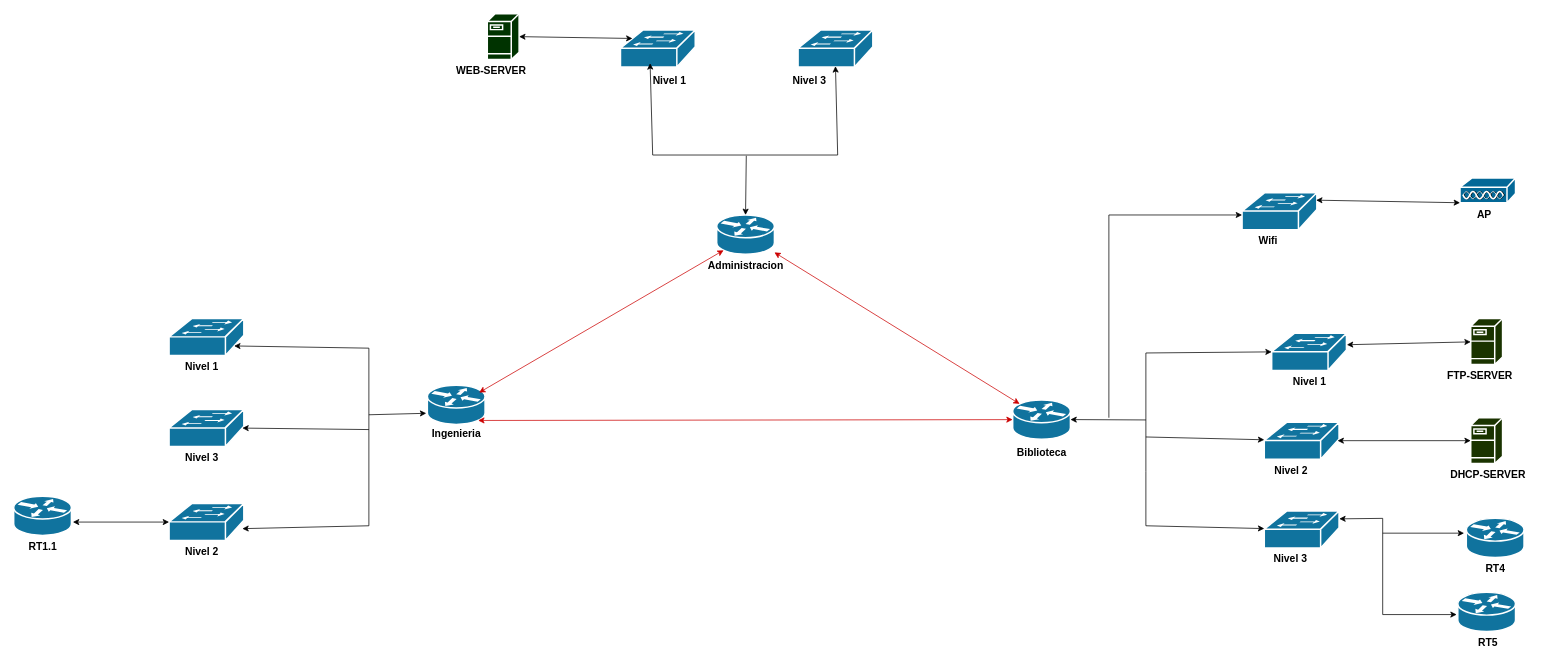
This is Diagrama sin título.drawio from jramose2/Redes, a draw.io file, before an edit. Source tidied: cells renumbered, new cells numbered last; positions are measured from the earlier drawing's top-left corner, leaving out a move shared by most shapes. Both pictures are drawn from the tidied source at 74%, with x=0, y=0 at pixel (13, 13).
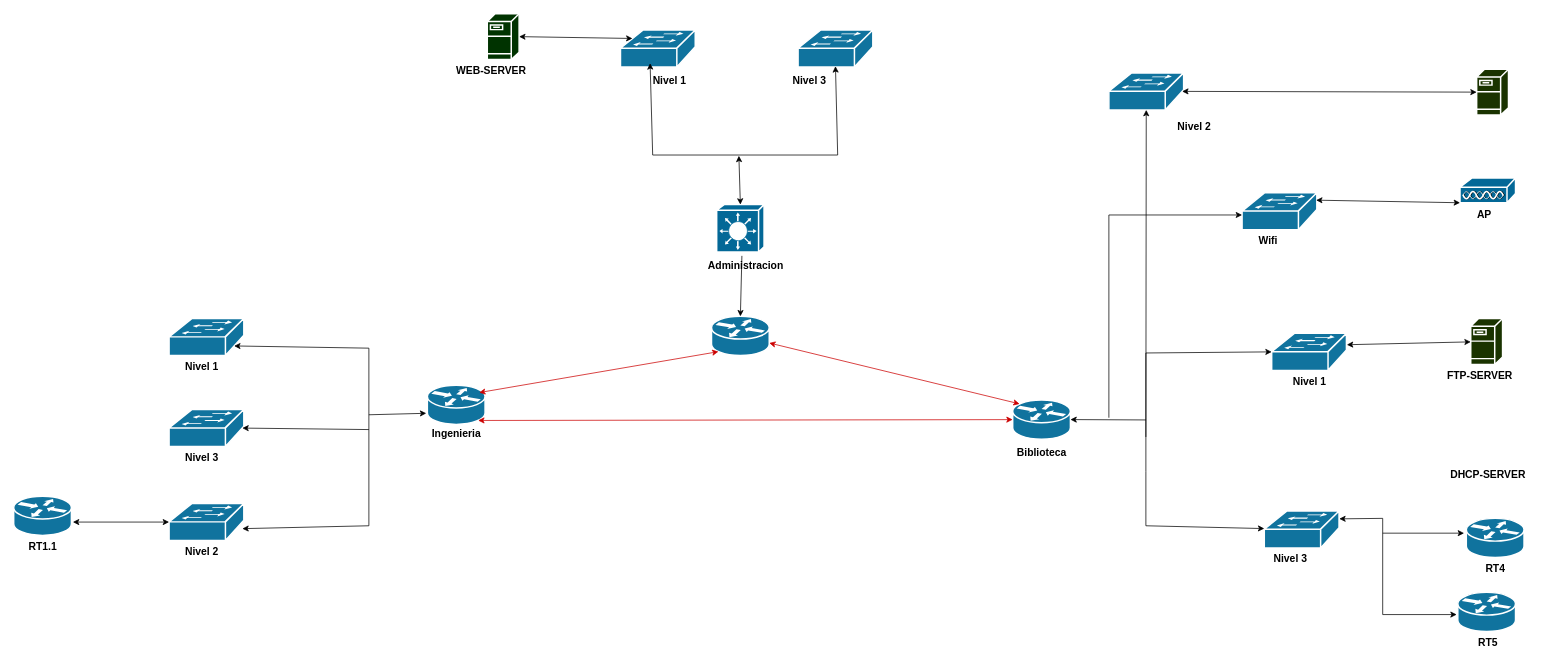
The same diagram, later.

The change refers to these unchanged cells:
```xml
<mxCell id="49" value="&lt;span style=&quot;font-size: 14px;&quot;&gt;&lt;b&gt;Administracion&lt;/b&gt;&lt;/span&gt;" style="text;html=1;align=center;verticalAlign=middle;points=[];strokeColor=none;fillColor=none;" parent="1" vertex="1">
  <mxGeometry x="924" y="325" width="130" height="30" as="geometry" />
</mxCell>
```

The edit, as a diff of the source:
```diff
@@
     <mxCell id="6" style="shape=mxgraph.cisco.routers.router;html=1;dashed=0;fillColor=#10739E;strokeColor=#ffffff;strokeWidth=2;verticalLabelPosition=bottom;verticalAlign=top;fontFamily=Helvetica;fontSize=36;fontColor=#FFB366;" parent="1" vertex="1">
-      <mxGeometry x="950" y="272" width="78" height="53" as="geometry" />
+      <mxGeometry x="943" y="409" width="78" height="53" as="geometry" />
     </mxCell>
@@
     <mxCell id="14" style="shape=mxgraph.cisco.switches.workgroup_switch;html=1;dashed=0;fillColor=#10739E;strokeColor=#ffffff;strokeWidth=2;verticalLabelPosition=bottom;verticalAlign=top;fontFamily=Helvetica;fontSize=36;fontColor=#FFB366;" parent="1" vertex="1">
-      <mxGeometry x="1690" y="552" width="101" height="50" as="geometry" />
+      <mxGeometry x="1480" y="80" width="101" height="50" as="geometry" />
     </mxCell>
@@
     <mxCell id="16" style="shape=mxgraph.cisco.servers.fileserver;sketch=0;html=1;dashed=0;fillColor=#1A3300;strokeColor=#ffffff;strokeWidth=2;verticalLabelPosition=bottom;verticalAlign=top;align=center;outlineConnect=0;" parent="1" vertex="1">
-      <mxGeometry x="1969" y="546" width="43" height="62" as="geometry" />
+      <mxGeometry x="1977" y="75" width="43" height="62" as="geometry" />
     </mxCell>
@@
-    <mxCell id="29" style="endArrow=classic;html=1;rounded=0;entryX=0.5;entryY=0;entryDx=0;entryDy=0;entryPerimeter=0;" parent="1" edge="1" target="6">
-      <mxGeometry relative="1" as="geometry">
-        <mxPoint x="990" y="192" as="sourcePoint" />
-      </mxGeometry>
-    </mxCell>
@@
     <mxCell id="48" value="&lt;font style=&quot;font-size: 14px;&quot;&gt;&lt;b&gt;Nivel 2&lt;/b&gt;&lt;/font&gt;" style="text;html=1;align=center;verticalAlign=middle;strokeColor=none;fillColor=none;" parent="1" vertex="1">
-      <mxGeometry x="1691" y="602" width="70" height="30" as="geometry" />
+      <mxGeometry x="1560" y="137" width="70" height="30" as="geometry" />
     </mxCell>
@@
+    <mxCell id="60" style="shape=mxgraph.cisco.switches.layer_3_switch;sketch=0;html=1;dashed=0;fillColor=#036897;strokeColor=#ffffff;strokeWidth=2;verticalLabelPosition=bottom;verticalAlign=top;align=center;outlineConnect=0;" parent="1" vertex="1">
+      <mxGeometry x="950" y="258" width="64" height="64" as="geometry" />
+    </mxCell>
+    <mxCell id="61" style="endArrow=classic;html=1;rounded=0;exitX=0.462;exitY=0.075;exitDx=0;exitDy=0;exitPerimeter=0;entryX=0.5;entryY=0;entryDx=0;entryDy=0;entryPerimeter=0;" parent="1" edge="1" source="49" target="6">
+      <mxGeometry relative="1" as="geometry" />
+    </mxCell>
+    <mxCell id="62" style="endArrow=classic;startArrow=classic;html=1;rounded=0;exitX=0.5;exitY=0;exitDx=0;exitDy=0;exitPerimeter=0;" parent="1" edge="1" source="60">
+      <mxGeometry relative="1" as="geometry">
+        <mxPoint x="980" y="192" as="targetPoint" />
+      </mxGeometry>
+    </mxCell>
```
